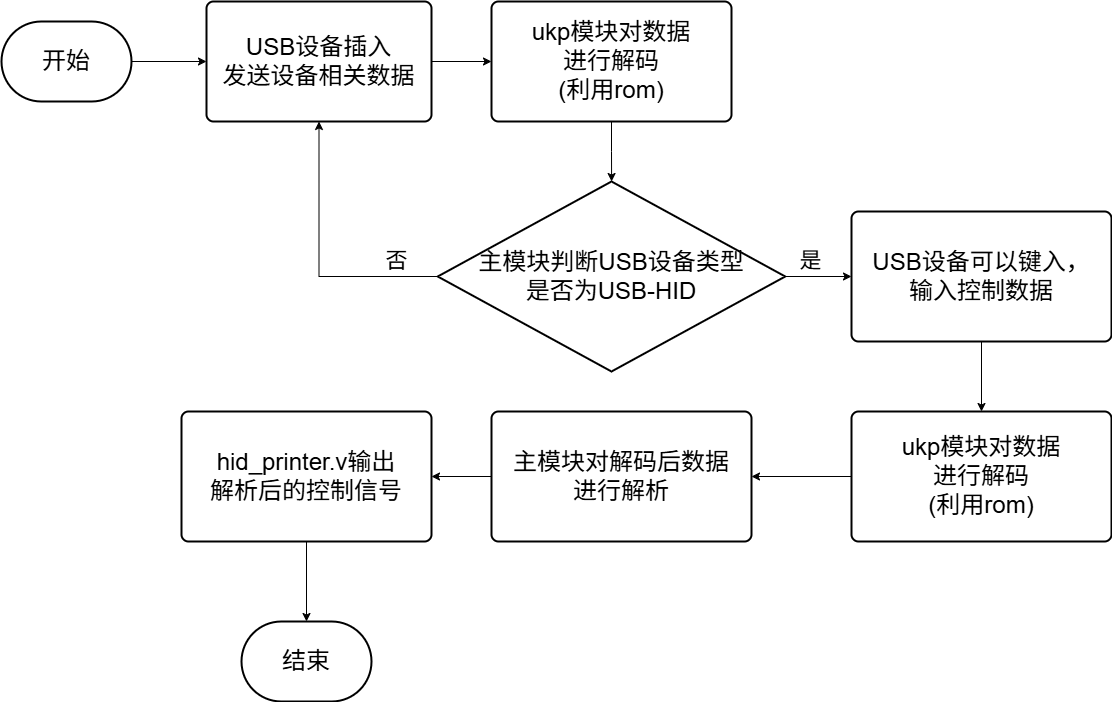
maple-m117/bysj_etc. keeps this draw.io diagram as USB-HOST_driver.png. Above is the earlier version. Source tidied: cells renumbered, new cells last; positions are measured from the earlier drawing's top-left corner, leaving out a move shared by most shapes.
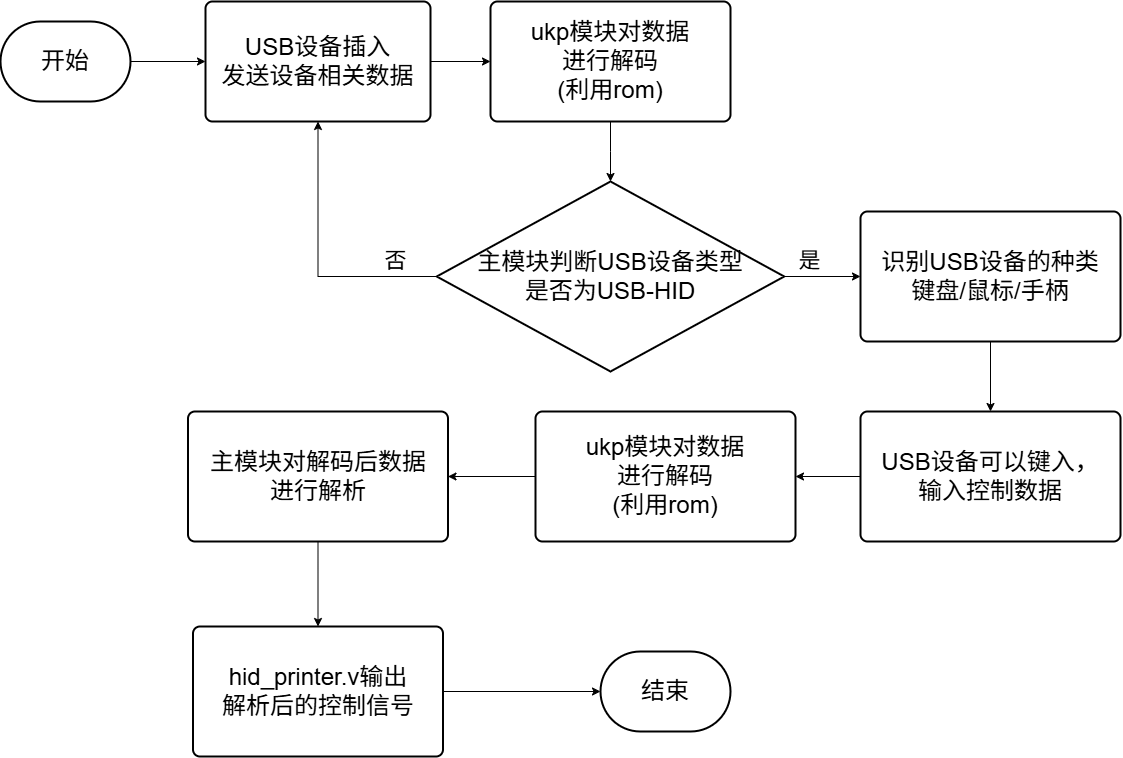
Above is the later version.

Diff of the diagram source:
```diff
@@ -20,18 +20,18 @@
     <mxCell id="7" value="ukp模块对数据&lt;div&gt;进行解码&lt;/div&gt;&lt;div&gt;(利用rom)&lt;/div&gt;" style="rounded=1;whiteSpace=wrap;html=1;absoluteArcSize=1;arcSize=14;strokeWidth=2;fontSize=24;" parent="1" vertex="1">
       <mxGeometry x="490" width="240" height="120" as="geometry" />
     </mxCell>
-    <mxCell id="8" style="edgeStyle=orthogonalEdgeStyle;rounded=0;jettySize=auto;html=1;" parent="1" edge="1" source="9" target="14">
+    <mxCell id="8" style="edgeStyle=orthogonalEdgeStyle;rounded=0;jettySize=auto;html=1;exitX=0;exitY=0.5;exitDx=0;exitDy=0;entryX=1;entryY=0.5;entryDx=0;entryDy=0;" parent="1" edge="1" source="9" target="14">
       <mxGeometry relative="1" as="geometry" />
     </mxCell>
     <mxCell id="9" value="USB设备可以键入，&lt;div&gt;输入控制数据&lt;/div&gt;" style="rounded=1;whiteSpace=wrap;html=1;absoluteArcSize=1;arcSize=14;strokeWidth=2;fontSize=24;" parent="1" vertex="1">
-      <mxGeometry x="850" y="210" width="260" height="130" as="geometry" />
+      <mxGeometry x="860" y="410" width="260" height="130" as="geometry" />
     </mxCell>
-    <mxCell id="10" style="edgeStyle=orthogonalEdgeStyle;rounded=0;jettySize=auto;html=1;" parent="1" edge="1" source="12" target="9">
-      <mxGeometry relative="1" as="geometry" />
-    </mxCell>
     <mxCell id="11" style="edgeStyle=orthogonalEdgeStyle;rounded=0;jettySize=auto;html=1;exitX=0;exitY=0.5;exitDx=0;exitDy=0;exitPerimeter=0;entryX=0.5;entryY=1;entryDx=0;entryDy=0;" parent="1" edge="1" source="12" target="5">
       <mxGeometry relative="1" as="geometry" />
     </mxCell>
+    <mxCell id="22" style="edgeStyle=orthogonalEdgeStyle;rounded=0;jettySize=auto;html=1;exitX=1;exitY=0.5;exitDx=0;exitDy=0;exitPerimeter=0;entryX=0;entryY=0.5;entryDx=0;entryDy=0;" parent="1" edge="1" source="12" target="24">
+      <mxGeometry relative="1" as="geometry" />
+    </mxCell>
     <mxCell id="12" value="主模块判断USB设备类型&lt;div&gt;是否为USB-HID&lt;/div&gt;" style="strokeWidth=2;html=1;shape=mxgraph.flowchart.decision;whiteSpace=wrap;fontSize=24;" parent="1" vertex="1">
       <mxGeometry x="436.2" y="180" width="347.5" height="190" as="geometry" />
     </mxCell>
@@ -39,22 +39,22 @@
       <mxGeometry relative="1" as="geometry" />
     </mxCell>
     <mxCell id="14" value="ukp模块对数据&lt;div&gt;进行解码&lt;/div&gt;&lt;div&gt;(利用rom)&lt;/div&gt;" style="rounded=1;whiteSpace=wrap;html=1;absoluteArcSize=1;arcSize=14;strokeWidth=2;fontSize=24;" parent="1" vertex="1">
-      <mxGeometry x="850" y="410" width="260" height="130" as="geometry" />
+      <mxGeometry x="535" y="410" width="260" height="130" as="geometry" />
     </mxCell>
-    <mxCell id="15" style="edgeStyle=orthogonalEdgeStyle;rounded=0;jettySize=auto;html=1;exitX=0;exitY=0.5;exitDx=0;exitDy=0;" parent="1" edge="1" source="16" target="18">
+    <mxCell id="15" style="edgeStyle=orthogonalEdgeStyle;rounded=0;jettySize=auto;html=1;exitX=0.5;exitY=1;exitDx=0;exitDy=0;entryX=0.5;entryY=0;entryDx=0;entryDy=0;" parent="1" edge="1" source="16" target="18">
       <mxGeometry relative="1" as="geometry" />
     </mxCell>
     <mxCell id="16" value="主模块对解码后数据&lt;div&gt;进行解析&lt;/div&gt;" style="rounded=1;whiteSpace=wrap;html=1;absoluteArcSize=1;arcSize=14;strokeWidth=2;fontSize=24;" parent="1" vertex="1">
-      <mxGeometry x="490" y="410" width="260" height="130" as="geometry" />
+      <mxGeometry x="187.5" y="410" width="260" height="130" as="geometry" />
     </mxCell>
     <mxCell id="17" style="edgeStyle=orthogonalEdgeStyle;rounded=0;jettySize=auto;html=1;" parent="1" edge="1" source="18" target="19">
       <mxGeometry relative="1" as="geometry" />
     </mxCell>
     <mxCell id="18" value="hid_printer.v输出&lt;div&gt;解析后的控制信号&lt;/div&gt;" style="rounded=1;whiteSpace=wrap;html=1;absoluteArcSize=1;arcSize=14;strokeWidth=2;fontSize=24;" parent="1" vertex="1">
-      <mxGeometry x="180" y="410" width="250" height="130" as="geometry" />
+      <mxGeometry x="192.5" y="625" width="250" height="130" as="geometry" />
     </mxCell>
     <mxCell id="19" value="结束" style="strokeWidth=2;html=1;shape=mxgraph.flowchart.terminator;whiteSpace=wrap;fontSize=24;" parent="1" vertex="1">
-      <mxGeometry x="240" y="620" width="130" height="80" as="geometry" />
+      <mxGeometry x="600" y="650" width="130" height="80" as="geometry" />
     </mxCell>
     <mxCell id="20" value="是" style="text;html=1;align=center;verticalAlign=middle;strokeColor=none;fillColor=none;fontSize=22;" parent="1" vertex="1">
       <mxGeometry x="783.8" y="240" width="50" height="40" as="geometry" />
@@ -62,5 +62,11 @@
     <mxCell id="21" value="否" style="text;html=1;align=center;verticalAlign=middle;strokeColor=none;fillColor=none;fontSize=22;" parent="1" vertex="1">
       <mxGeometry x="370" y="240" width="50" height="40" as="geometry" />
     </mxCell>
+    <mxCell id="23" style="edgeStyle=orthogonalEdgeStyle;rounded=0;jettySize=auto;html=1;exitX=0.5;exitY=1;exitDx=0;exitDy=0;entryX=0.5;entryY=0;entryDx=0;entryDy=0;" parent="1" edge="1" source="24" target="9">
+      <mxGeometry relative="1" as="geometry" />
+    </mxCell>
+    <mxCell id="24" value="识别USB设备的种类&lt;div&gt;键盘/鼠标/手柄&lt;/div&gt;" style="rounded=1;whiteSpace=wrap;html=1;absoluteArcSize=1;arcSize=14;strokeWidth=2;fontSize=24;" parent="1" vertex="1">
+      <mxGeometry x="860" y="210" width="260" height="130" as="geometry" />
+    </mxCell>
   </root>
 </mxGraphModel>
```
